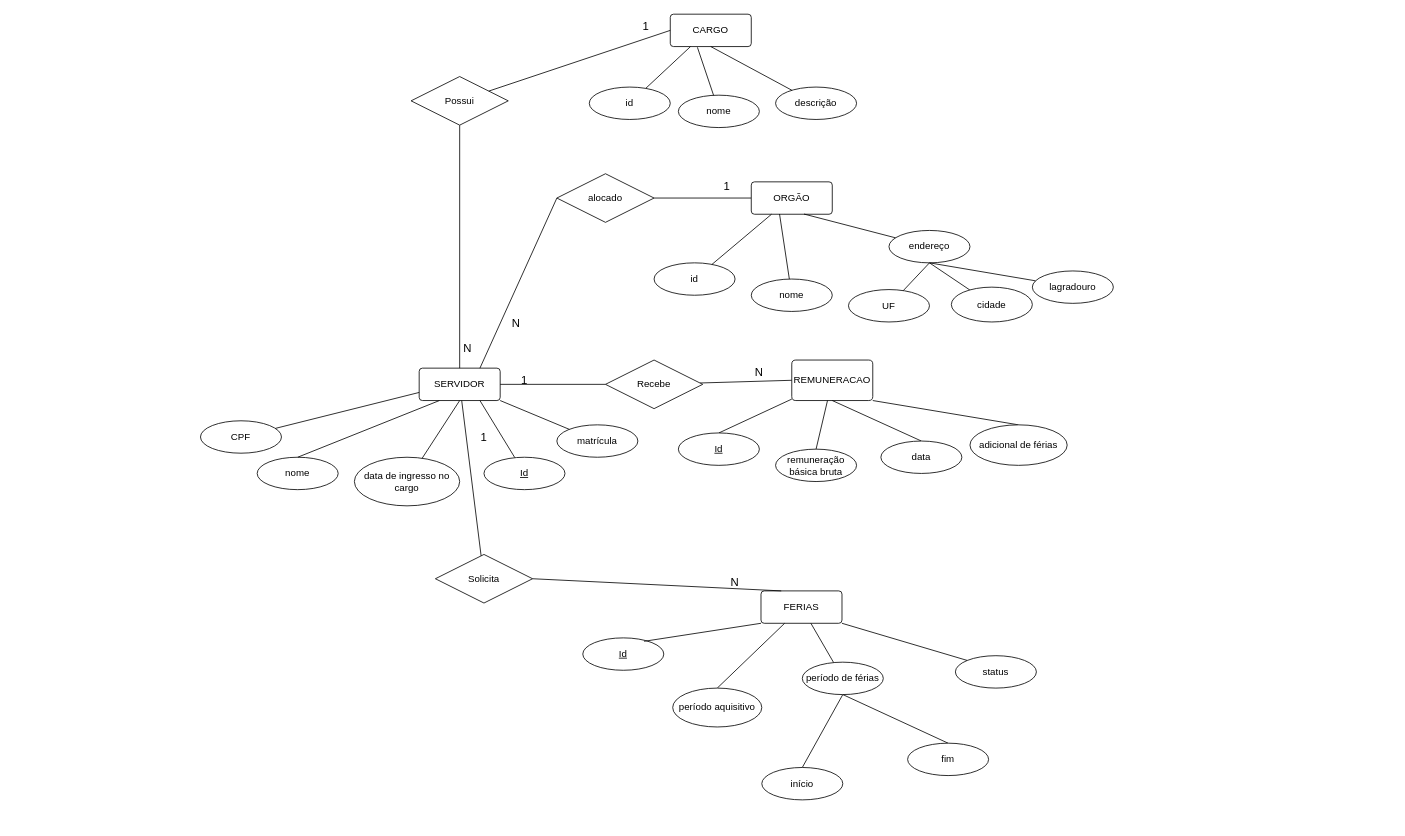
Above: page "Modelagem Conceitual" (1 of 3) of docs/data_model.drawio in Gabrielx47/vacationManager (draw.io), before the change. Source tidied: cells renumbered, new cells numbered last; positions are measured from the earlier drawing's top-left corner, leaving out a move shared by most shapes. Both pictures are drawn from the tidied source at 81%, with x=0, y=0 at pixel (200, 14).
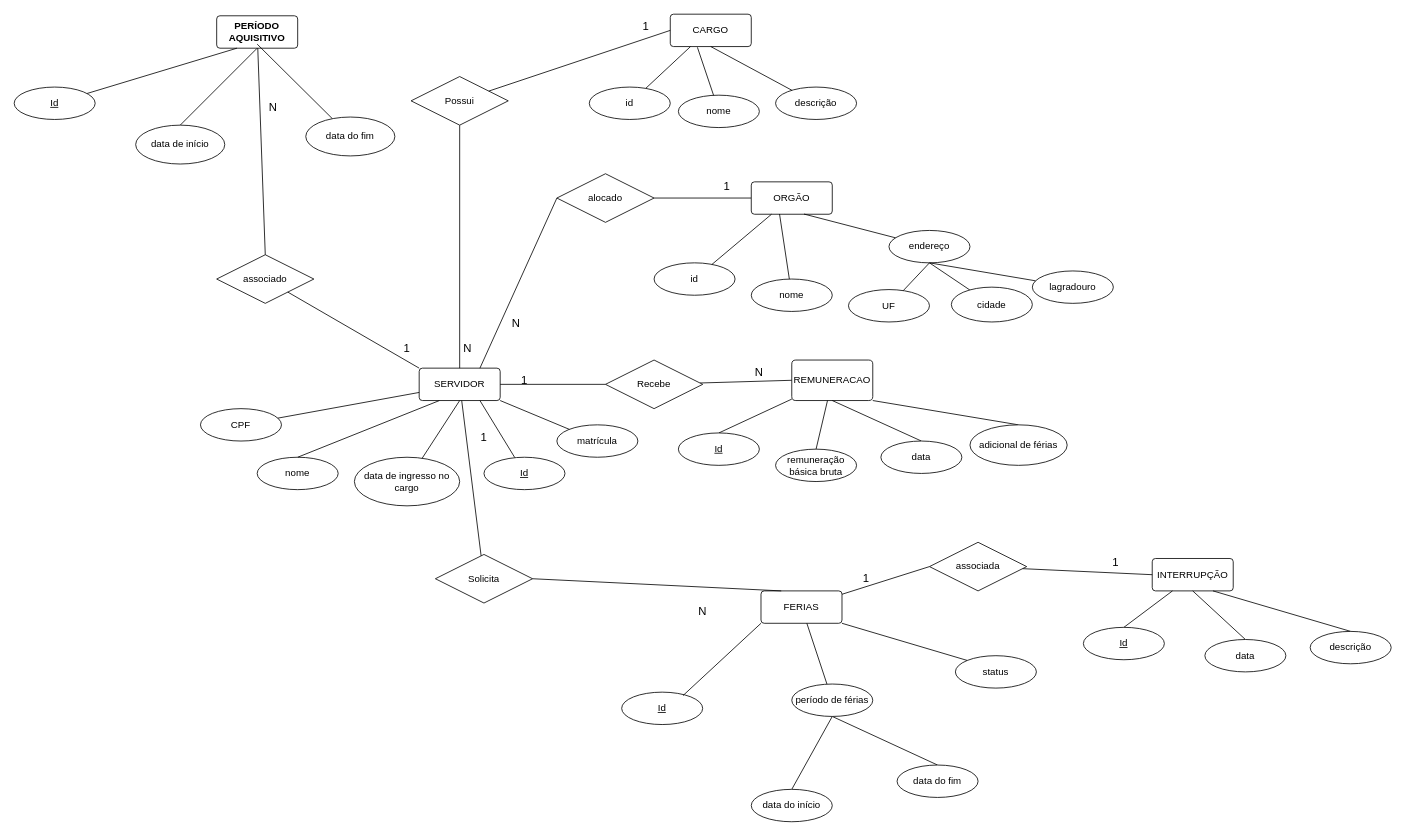
Above is the later version.

Commit message (it also covers changes not shown here):
docs: add the entities "ACQUISITION PERIOD" and "INTERRUPTION" to the data model

Unchanged cells that the change refers to:
```xml
<mxCell id="7" value="SERVIDOR" style="rounded=1;arcSize=10;whiteSpace=wrap;html=1;align=center;fillColor=none;" parent="1" vertex="1">
  <mxGeometry x="270" y="437" width="100" height="40" as="geometry" />
</mxCell>
<mxCell id="20" value="FERIAS" style="rounded=1;arcSize=10;whiteSpace=wrap;html=1;align=center;fillColor=none;" parent="1" vertex="1">
  <mxGeometry x="692" y="712" width="100" height="40" as="geometry" />
</mxCell>
```

What changed in the source:
```diff
@@
-    <mxCell id="19" style="rounded=0;jettySize=auto;html=1;entryX=0.5;entryY=0;entryDx=0;entryDy=0;endArrow=none;endFill=0;" parent="1" edge="1" source="20" target="44">
-      <mxGeometry relative="1" as="geometry" />
-    </mxCell>
+    <mxCell id="75" style="rounded=0;jettySize=auto;html=1;entryX=0;entryY=0.5;entryDx=0;entryDy=0;endArrow=none;endFill=0;" parent="1" edge="1" source="20" target="87">
+      <mxGeometry relative="1" as="geometry" />
+    </mxCell>
@@
     <mxCell id="24" value="Id" style="ellipse;whiteSpace=wrap;html=1;align=center;fontStyle=4;" parent="1" vertex="1">
-      <mxGeometry x="472" y="770" width="100" height="40" as="geometry" />
+      <mxGeometry x="520" y="837" width="100" height="40" as="geometry" />
     </mxCell>
@@
-    <mxCell id="34" value="&lt;font style=&quot;font-size: 14px;&quot;&gt;N&lt;/font&gt;" style="text;html=1;whiteSpace=wrap;strokeColor=none;fillColor=none;align=center;verticalAlign=middle;rounded=0;" parent="1" vertex="1">
-      <mxGeometry x="630" y="687" width="60" height="30" as="geometry" />
+    <mxCell id="34" value="&lt;font style=&quot;font-size: 14px;&quot;&gt;1&lt;/font&gt;" style="text;html=1;whiteSpace=wrap;strokeColor=none;fillColor=none;align=center;verticalAlign=middle;rounded=0;" parent="1" vertex="1">
+      <mxGeometry x="225" y="397" width="60" height="30" as="geometry" />
     </mxCell>
@@
     <mxCell id="38" value="CPF" style="ellipse;whiteSpace=wrap;html=1;align=center;fillColor=none;" parent="1" vertex="1">
-      <mxGeometry y="502" width="100" height="40" as="geometry" />
+      <mxGeometry y="487" width="100" height="40" as="geometry" />
     </mxCell>
@@
     <mxCell id="41" value="período de férias" style="ellipse;whiteSpace=wrap;html=1;align=center;" parent="1" vertex="1">
-      <mxGeometry x="743" y="800" width="100" height="40" as="geometry" />
+      <mxGeometry x="730" y="827" width="100" height="40" as="geometry" />
     </mxCell>
-    <mxCell id="42" value="início" style="ellipse;whiteSpace=wrap;html=1;align=center;" parent="1" vertex="1">
-      <mxGeometry x="693" y="930" width="100" height="40" as="geometry" />
+    <mxCell id="42" value="data do início" style="ellipse;whiteSpace=wrap;html=1;align=center;" parent="1" vertex="1">
+      <mxGeometry x="680" y="957" width="100" height="40" as="geometry" />
     </mxCell>
-    <mxCell id="43" value="fim" style="ellipse;whiteSpace=wrap;html=1;align=center;" parent="1" vertex="1">
-      <mxGeometry x="873" y="900" width="100" height="40" as="geometry" />
+    <mxCell id="43" value="data do fim" style="ellipse;whiteSpace=wrap;html=1;align=center;" parent="1" vertex="1">
+      <mxGeometry x="860" y="927" width="100" height="40" as="geometry" />
     </mxCell>
-    <mxCell id="44" value="período aquisitivo" style="ellipse;whiteSpace=wrap;html=1;align=center;" parent="1" vertex="1">
-      <mxGeometry x="583" y="832" width="110" height="48" as="geometry" />
-    </mxCell>
@@
+    <mxCell id="76" style="rounded=0;jettySize=auto;html=1;entryX=0.5;entryY=0;entryDx=0;entryDy=0;endArrow=none;endFill=0;" parent="1" edge="1" source="77" target="79">
+      <mxGeometry relative="1" as="geometry" />
+    </mxCell>
+    <mxCell id="77" value="&lt;b&gt;PERÍODO AQUISITIVO&lt;/b&gt;" style="rounded=1;arcSize=10;whiteSpace=wrap;html=1;align=center;fillColor=none;" parent="1" vertex="1">
+      <mxGeometry x="20" y="2" width="100" height="40" as="geometry" />
+    </mxCell>
+    <mxCell id="78" style="rounded=0;jettySize=auto;html=1;endArrow=none;endFill=0;entryX=0;entryY=0;entryDx=0;entryDy=0;" parent="1" edge="1" source="79" target="7">
+      <mxGeometry relative="1" as="geometry" />
+    </mxCell>
+    <mxCell id="79" value="associado" style="shape=rhombus;perimeter=rhombusPerimeter;whiteSpace=wrap;html=1;align=center;fillColor=none;" parent="1" vertex="1">
+      <mxGeometry x="20" y="297" width="120" height="60" as="geometry" />
+    </mxCell>
+    <mxCell id="80" style="rounded=0;jettySize=auto;html=1;entryX=0.25;entryY=1;entryDx=0;entryDy=0;endArrow=none;endFill=0;" parent="1" edge="1" source="81" target="77">
+      <mxGeometry relative="1" as="geometry" />
+    </mxCell>
+    <mxCell id="81" value="Id" style="ellipse;whiteSpace=wrap;html=1;align=center;fontStyle=4;" parent="1" vertex="1">
+      <mxGeometry x="-230" y="90" width="100" height="40" as="geometry" />
+    </mxCell>
+    <mxCell id="82" style="rounded=0;jettySize=auto;html=1;entryX=0.5;entryY=0;entryDx=0;entryDy=0;endArrow=none;endFill=0;exitX=0.5;exitY=1;exitDx=0;exitDy=0;" parent="1" edge="1" source="77" target="83">
+      <mxGeometry relative="1" as="geometry" />
+    </mxCell>
+    <mxCell id="83" value="data de início" style="ellipse;whiteSpace=wrap;html=1;align=center;" parent="1" vertex="1">
+      <mxGeometry x="-80" y="137" width="110" height="48" as="geometry" />
+    </mxCell>
+    <mxCell id="84" value="&lt;font style=&quot;font-size: 14px;&quot;&gt;N&lt;/font&gt;" style="text;html=1;whiteSpace=wrap;strokeColor=none;fillColor=none;align=center;verticalAlign=middle;rounded=0;" parent="1" vertex="1">
+      <mxGeometry x="590" y="722" width="60" height="30" as="geometry" />
+    </mxCell>
+    <mxCell id="85" value="INTERRUPÇÃO" style="rounded=1;arcSize=10;whiteSpace=wrap;html=1;align=center;fillColor=none;" parent="1" vertex="1">
+      <mxGeometry x="1175" y="672" width="100" height="40" as="geometry" />
+    </mxCell>
+    <mxCell id="86" style="rounded=0;jettySize=auto;html=1;entryX=0;entryY=0.5;entryDx=0;entryDy=0;endArrow=none;endFill=0;" parent="1" edge="1" source="87" target="85">
+      <mxGeometry relative="1" as="geometry" />
+    </mxCell>
+    <mxCell id="87" value="associada" style="shape=rhombus;perimeter=rhombusPerimeter;whiteSpace=wrap;html=1;align=center;" parent="1" vertex="1">
+      <mxGeometry x="900" y="652" width="120" height="60" as="geometry" />
+    </mxCell>
+    <mxCell id="88" value="&lt;font style=&quot;font-size: 14px;&quot;&gt;1&lt;/font&gt;" style="text;html=1;whiteSpace=wrap;strokeColor=none;fillColor=none;align=center;verticalAlign=middle;rounded=0;" parent="1" vertex="1">
+      <mxGeometry x="1100" y="662" width="60" height="30" as="geometry" />
+    </mxCell>
+    <mxCell id="89" value="&lt;font style=&quot;font-size: 14px;&quot;&gt;1&lt;/font&gt;" style="text;html=1;whiteSpace=wrap;strokeColor=none;fillColor=none;align=center;verticalAlign=middle;rounded=0;" parent="1" vertex="1">
+      <mxGeometry x="792" y="682" width="60" height="30" as="geometry" />
+    </mxCell>
+    <mxCell id="90" style="rounded=0;jettySize=auto;html=1;entryX=0.5;entryY=0;entryDx=0;entryDy=0;endArrow=none;endFill=0;exitX=0.25;exitY=1;exitDx=0;exitDy=0;" parent="1" edge="1" source="85" target="91">
+      <mxGeometry relative="1" as="geometry" />
+    </mxCell>
+    <mxCell id="91" value="Id" style="ellipse;whiteSpace=wrap;html=1;align=center;fontStyle=4;" parent="1" vertex="1">
+      <mxGeometry x="1090" y="757" width="100" height="40" as="geometry" />
+    </mxCell>
+    <mxCell id="92" style="rounded=0;jettySize=auto;html=1;entryX=0.5;entryY=0;entryDx=0;entryDy=0;endArrow=none;endFill=0;exitX=0.5;exitY=1;exitDx=0;exitDy=0;" parent="1" edge="1" source="85" target="93">
+      <mxGeometry relative="1" as="geometry" />
+    </mxCell>
+    <mxCell id="93" value="data" style="ellipse;whiteSpace=wrap;html=1;align=center;" parent="1" vertex="1">
+      <mxGeometry x="1240" y="772" width="100" height="40" as="geometry" />
+    </mxCell>
+    <mxCell id="94" style="rounded=0;jettySize=auto;html=1;entryX=0.5;entryY=0;entryDx=0;entryDy=0;endArrow=none;endFill=0;exitX=0.75;exitY=1;exitDx=0;exitDy=0;" parent="1" edge="1" source="85" target="95">
+      <mxGeometry relative="1" as="geometry" />
+    </mxCell>
+    <mxCell id="95" value="descrição" style="ellipse;whiteSpace=wrap;html=1;align=center;" parent="1" vertex="1">
+      <mxGeometry x="1370" y="762" width="100" height="40" as="geometry" />
+    </mxCell>
+    <mxCell id="96" style="rounded=0;jettySize=auto;html=1;endArrow=none;endFill=0;" parent="1" edge="1" source="97">
+      <mxGeometry relative="1" as="geometry">
+        <mxPoint x="70" y="37" as="targetPoint" />
+      </mxGeometry>
+    </mxCell>
+    <mxCell id="97" value="data do fim" style="ellipse;whiteSpace=wrap;html=1;align=center;" parent="1" vertex="1">
+      <mxGeometry x="130" y="127" width="110" height="48" as="geometry" />
+    </mxCell>
+    <mxCell id="98" value="&lt;font style=&quot;font-size: 14px;&quot;&gt;N&lt;/font&gt;" style="text;html=1;whiteSpace=wrap;strokeColor=none;fillColor=none;align=center;verticalAlign=middle;rounded=0;" parent="1" vertex="1">
+      <mxGeometry x="60" y="100" width="60" height="30" as="geometry" />
+    </mxCell>
```
